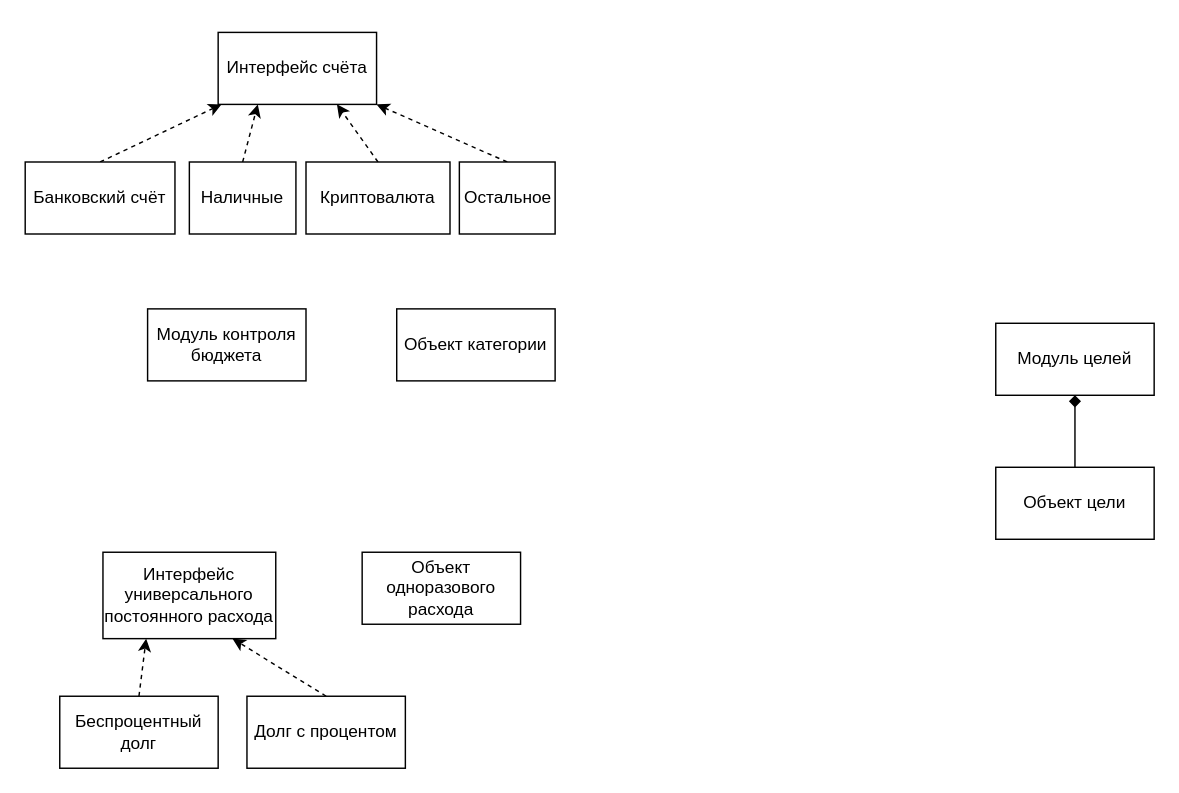
The draw.io diagram firstDiagram.drawio in esh0rka/Financial-Tracker, before the edit. Source tidied: cells renumbered, new cells numbered last; positions are measured from the earlier drawing's top-left corner, leaving out a move shared by most shapes. Both pictures are drawn from the tidied source at 144%, with x=0, y=0 at pixel (24, 32).
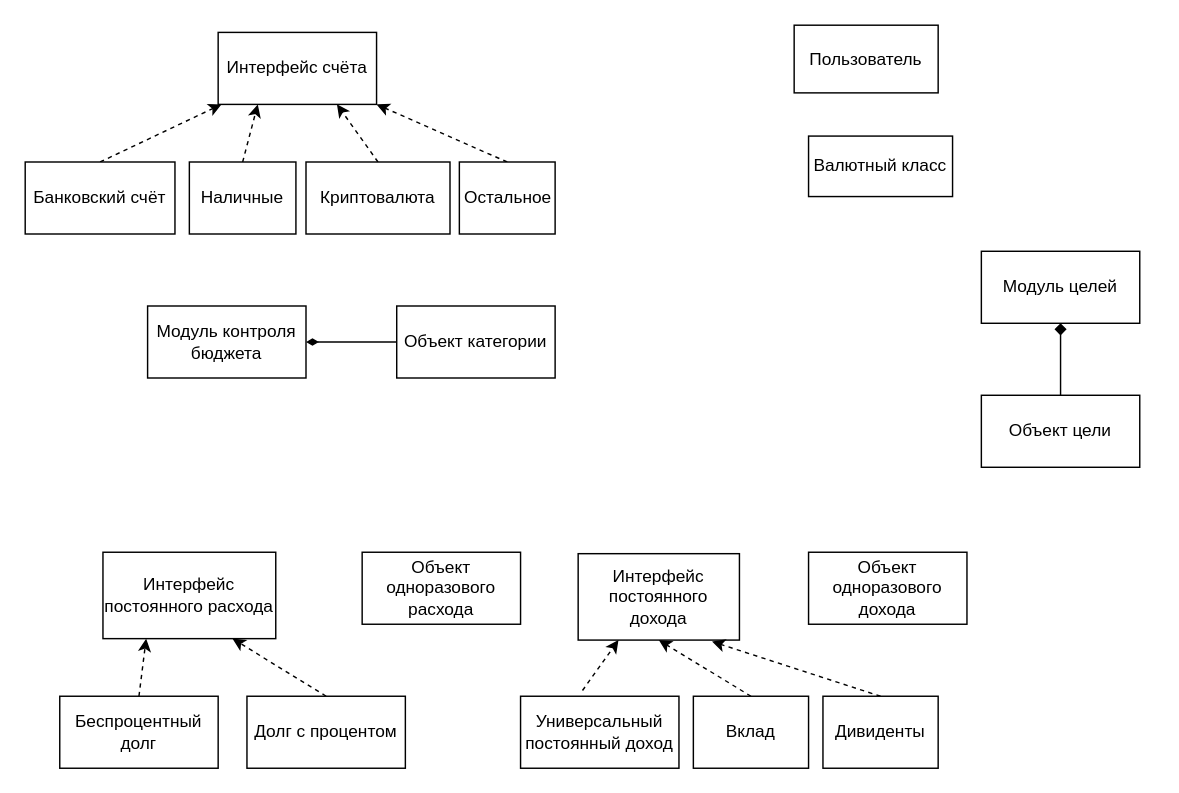
The same page after the edit.

Diff of the diagram source:
```diff
@@
     <mxCell id="2" value="Модуль целей" style="html=1;whiteSpace=wrap;" parent="1" vertex="1">
-      <mxGeometry x="674" y="202" width="110" height="50" as="geometry" />
+      <mxGeometry x="664" y="152" width="110" height="50" as="geometry" />
     </mxCell>
@@
     <mxCell id="4" value="Объект цели" style="html=1;whiteSpace=wrap;" parent="1" vertex="1">
-      <mxGeometry x="674" y="302" width="110" height="50" as="geometry" />
+      <mxGeometry x="664" y="252" width="110" height="50" as="geometry" />
     </mxCell>
     <mxCell id="5" value="Модуль контроля бюджета" style="html=1;whiteSpace=wrap;" parent="1" vertex="1">
-      <mxGeometry x="85" y="192" width="110" height="50" as="geometry" />
+      <mxGeometry x="85" y="190" width="110" height="50" as="geometry" />
     </mxCell>
-    <mxCell id="6" value="Интерфейс универсального постоянного расхода" style="html=1;whiteSpace=wrap;" parent="1" vertex="1">
+    <mxCell id="6" value="Интерфейс постоянного расхода" style="html=1;whiteSpace=wrap;" parent="1" vertex="1">
       <mxGeometry x="54" y="361" width="120" height="60" as="geometry" />
     </mxCell>
@@
+    <mxCell id="22" style="edgeStyle=orthogonalEdgeStyle;rounded=0;jettySize=auto;html=1;exitX=0;exitY=0.5;exitDx=0;exitDy=0;entryX=1;entryY=0.5;entryDx=0;entryDy=0;endArrow=diamondThin;endFill=1;" parent="1" edge="1" source="21" target="5">
+      <mxGeometry relative="1" as="geometry" />
+    </mxCell>
     <mxCell id="21" value="Объект категории" style="html=1;whiteSpace=wrap;" parent="1" vertex="1">
-      <mxGeometry x="258" y="192" width="110" height="50" as="geometry" />
+      <mxGeometry x="258" y="190" width="110" height="50" as="geometry" />
     </mxCell>
+    <mxCell id="23" value="Пользователь" style="rounded=0;whiteSpace=wrap;html=1;" parent="1" vertex="1">
+      <mxGeometry x="534" y="-5" width="100" height="47" as="geometry" />
+    </mxCell>
+    <mxCell id="24" value="Интерфейс постоянного дохода" style="rounded=0;whiteSpace=wrap;html=1;" parent="1" vertex="1">
+      <mxGeometry x="384" y="362" width="112" height="60" as="geometry" />
+    </mxCell>
+    <mxCell id="25" value="Объект одноразового дохода" style="html=1;whiteSpace=wrap;" parent="1" vertex="1">
+      <mxGeometry x="544" y="361" width="110" height="50" as="geometry" />
+    </mxCell>
+    <mxCell id="26" style="rounded=0;jettySize=auto;html=1;exitX=0.391;exitY=-0.08;exitDx=0;exitDy=0;dashed=1;exitPerimeter=0;entryX=0.25;entryY=1;entryDx=0;entryDy=0;" parent="1" edge="1" source="27" target="24">
+      <mxGeometry relative="1" as="geometry" />
+    </mxCell>
+    <mxCell id="27" value="Универсальный постоянный доход" style="html=1;whiteSpace=wrap;" parent="1" vertex="1">
+      <mxGeometry x="344" y="461" width="110" height="50" as="geometry" />
+    </mxCell>
+    <mxCell id="28" style="rounded=0;jettySize=auto;html=1;exitX=0.5;exitY=0;exitDx=0;exitDy=0;entryX=0.5;entryY=1;entryDx=0;entryDy=0;dashed=1;" parent="1" edge="1" source="29" target="24">
+      <mxGeometry relative="1" as="geometry" />
+    </mxCell>
+    <mxCell id="29" value="Вклад" style="html=1;whiteSpace=wrap;" parent="1" vertex="1">
+      <mxGeometry x="464" y="461" width="80" height="50" as="geometry" />
+    </mxCell>
+    <mxCell id="30" style="rounded=0;jettySize=auto;html=1;exitX=0.5;exitY=0;exitDx=0;exitDy=0;entryX=0.83;entryY=1.017;entryDx=0;entryDy=0;entryPerimeter=0;dashed=1;" parent="1" edge="1" source="31" target="24">
+      <mxGeometry relative="1" as="geometry" />
+    </mxCell>
+    <mxCell id="31" value="Дивиденты" style="html=1;whiteSpace=wrap;" parent="1" vertex="1">
+      <mxGeometry x="554" y="461" width="80" height="50" as="geometry" />
+    </mxCell>
+    <mxCell id="32" value="Валютный класс" style="rounded=0;whiteSpace=wrap;html=1;" parent="1" vertex="1">
+      <mxGeometry x="544" y="72" width="100" height="42" as="geometry" />
+    </mxCell>
```
